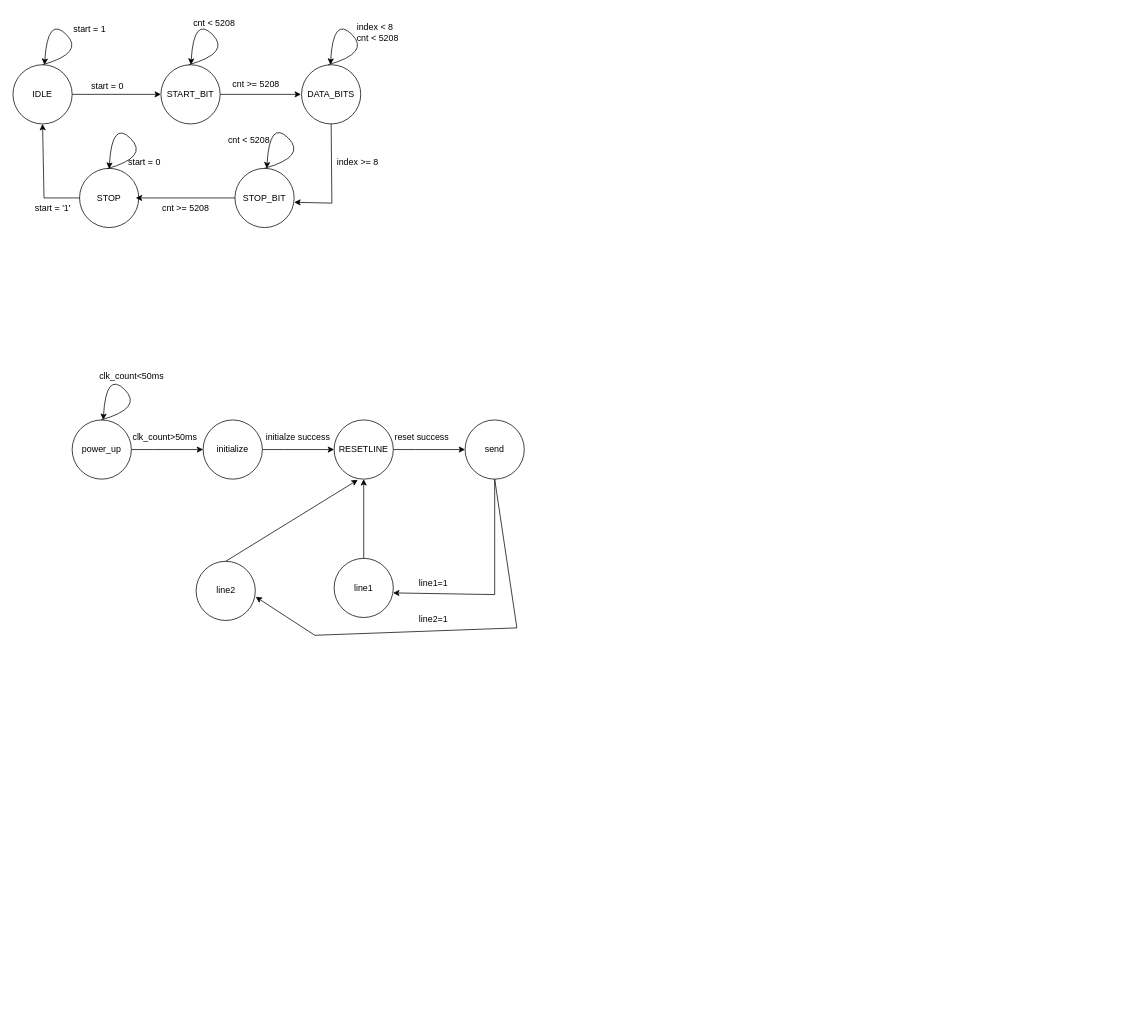
Earlier version of the draw.io diagram FLChar.drawio (Gatestt11/DSD_prj). Source tidied: cells renumbered, new cells numbered last; positions are measured from the earlier drawing's top-left corner, leaving out a move shared by most shapes. Both pictures are drawn from the tidied source at 74%, with x=0, y=0 at pixel (13, 13).
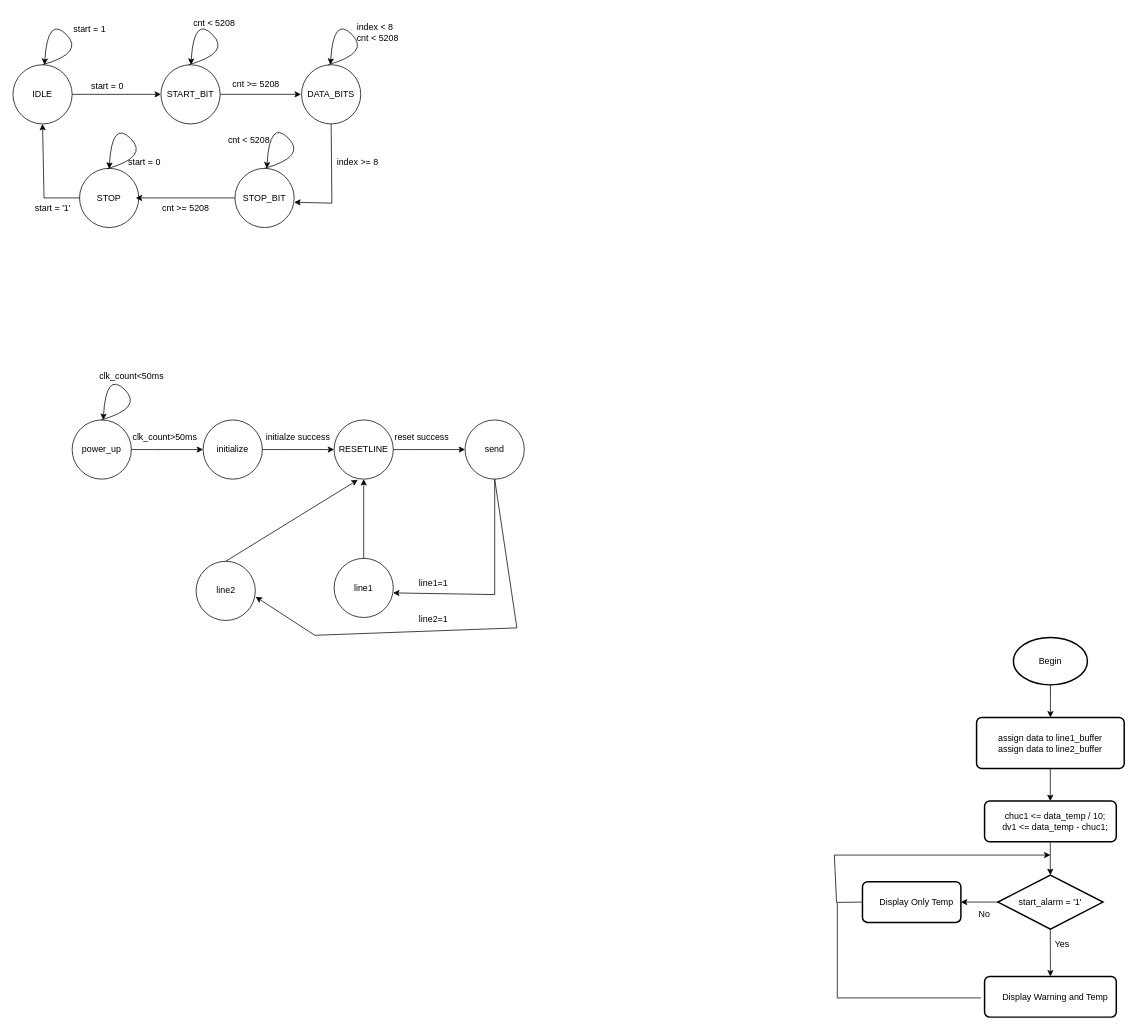
The same diagram, later.

The edit, as a diff of the source:
```diff
@@
+    <mxCell id="47" value="Begin" style="strokeWidth=2;html=1;shape=mxgraph.flowchart.start_2;whiteSpace=wrap;" parent="1" vertex="1">
+      <mxGeometry x="1352" y="844" width="100" height="64" as="geometry" />
+    </mxCell>
+    <mxCell id="48" value="assign data to&amp;nbsp;line1_buffer&lt;br&gt;assign data to&amp;nbsp;line2_buffer&lt;br&gt;" style="rounded=1;whiteSpace=wrap;html=1;absoluteArcSize=1;arcSize=14;strokeWidth=2;" parent="1" vertex="1">
+      <mxGeometry x="1302.2" y="952" width="199.5" height="69" as="geometry" />
+    </mxCell>
+    <mxCell id="49" value="&lt;div&gt;&lt;span style=&quot;white-space: pre;&quot;&gt;&amp;nbsp;&amp;nbsp;&amp;nbsp;&amp;nbsp;&lt;/span&gt;chuc1 &amp;lt;= data_temp / 10;&lt;/div&gt;&lt;div&gt;&lt;span style=&quot;&quot;&gt;&lt;span style=&quot;white-space: pre;&quot;&gt;&amp;nbsp;&amp;nbsp;&amp;nbsp;&amp;nbsp;&lt;/span&gt;&lt;/span&gt;dv1 &amp;lt;= data_temp - chuc1;&lt;/div&gt;" style="rounded=1;whiteSpace=wrap;html=1;absoluteArcSize=1;arcSize=14;strokeWidth=2;" parent="1" vertex="1">
+      <mxGeometry x="1313" y="1065" width="178" height="55" as="geometry" />
+    </mxCell>
+    <mxCell id="50" value="start_alarm = '1'" style="strokeWidth=2;html=1;shape=mxgraph.flowchart.decision;whiteSpace=wrap;" parent="1" vertex="1">
+      <mxGeometry x="1331" y="1165" width="142" height="73" as="geometry" />
+    </mxCell>
+    <mxCell id="51" value="&lt;div&gt;&lt;span style=&quot;white-space: pre;&quot;&gt;&amp;nbsp;&amp;nbsp;&amp;nbsp;&amp;nbsp;Display Warning and Temp&lt;/span&gt;&lt;/div&gt;" style="rounded=1;whiteSpace=wrap;html=1;absoluteArcSize=1;arcSize=14;strokeWidth=2;" parent="1" vertex="1">
+      <mxGeometry x="1313" y="1302" width="178" height="55" as="geometry" />
+    </mxCell>
+    <mxCell id="52" value="&lt;div&gt;&lt;span style=&quot;white-space: pre;&quot;&gt;&amp;nbsp;&amp;nbsp;&amp;nbsp;&amp;nbsp;Display Only Temp&lt;/span&gt;&lt;/div&gt;" style="rounded=1;whiteSpace=wrap;html=1;absoluteArcSize=1;arcSize=14;strokeWidth=2;" parent="1" vertex="1">
+      <mxGeometry x="1148" y="1174" width="133" height="55" as="geometry" />
+    </mxCell>
+    <mxCell id="53" style="endArrow=classic;html=1;rounded=0;exitX=0.5;exitY=1;exitDx=0;exitDy=0;exitPerimeter=0;" parent="1" edge="1" source="47" target="48">
+      <mxGeometry relative="1" as="geometry" />
+    </mxCell>
+    <mxCell id="54" style="endArrow=classic;html=1;rounded=0;exitX=0.5;exitY=1;exitDx=0;exitDy=0;exitPerimeter=0;" parent="1" edge="1">
+      <mxGeometry relative="1" as="geometry">
+        <mxPoint x="1401.8" y="1021" as="sourcePoint" />
+        <mxPoint x="1401.8" y="1065" as="targetPoint" />
+      </mxGeometry>
+    </mxCell>
+    <mxCell id="55" style="endArrow=classic;html=1;rounded=0;exitX=0.5;exitY=1;exitDx=0;exitDy=0;exitPerimeter=0;" parent="1" edge="1">
+      <mxGeometry relative="1" as="geometry">
+        <mxPoint x="1401.8" y="1121" as="sourcePoint" />
+        <mxPoint x="1401.8" y="1165" as="targetPoint" />
+      </mxGeometry>
+    </mxCell>
+    <mxCell id="56" style="endArrow=classic;html=1;rounded=0;exitX=0.5;exitY=1;exitDx=0;exitDy=0;exitPerimeter=0;entryX=0.5;entryY=0;entryDx=0;entryDy=0;" parent="1" edge="1" target="51">
+      <mxGeometry relative="1" as="geometry">
+        <mxPoint x="1401.8" y="1238" as="sourcePoint" />
+      </mxGeometry>
+    </mxCell>
+    <mxCell id="57" style="endArrow=classic;html=1;rounded=0;entryX=1;entryY=0.5;entryDx=0;entryDy=0;" parent="1" edge="1" source="50" target="52">
+      <mxGeometry relative="1" as="geometry" />
+    </mxCell>
+    <mxCell id="58" style="endArrow=classic;html=1;rounded=0;exitX=0;exitY=0.5;exitDx=0;exitDy=0;" parent="1" edge="1" source="52">
+      <mxGeometry relative="1" as="geometry">
+        <mxPoint x="1402" y="1138" as="targetPoint" />
+        <Array as="points">
+          <mxPoint x="1113" y="1202" />
+          <mxPoint x="1110" y="1138" />
+        </Array>
+      </mxGeometry>
+    </mxCell>
+    <mxCell id="59" style="endArrow=none;html=1;rounded=0;" parent="1" edge="1">
+      <mxGeometry relative="1" as="geometry">
+        <mxPoint x="1308" y="1331" as="sourcePoint" />
+        <mxPoint x="1114" y="1203" as="targetPoint" />
+        <Array as="points">
+          <mxPoint x="1114" y="1331" />
+        </Array>
+      </mxGeometry>
+    </mxCell>
+    <mxCell id="60" value="Yes" style="text;html=1;strokeColor=none;fillColor=none;align=center;verticalAlign=middle;whiteSpace=wrap;rounded=0;" parent="1" vertex="1">
+      <mxGeometry x="1388" y="1244" width="60" height="30" as="geometry" />
+    </mxCell>
+    <mxCell id="61" value="No" style="text;html=1;strokeColor=none;fillColor=none;align=center;verticalAlign=middle;whiteSpace=wrap;rounded=0;" parent="1" vertex="1">
+      <mxGeometry x="1283" y="1203" width="60" height="30" as="geometry" />
+    </mxCell>
```
